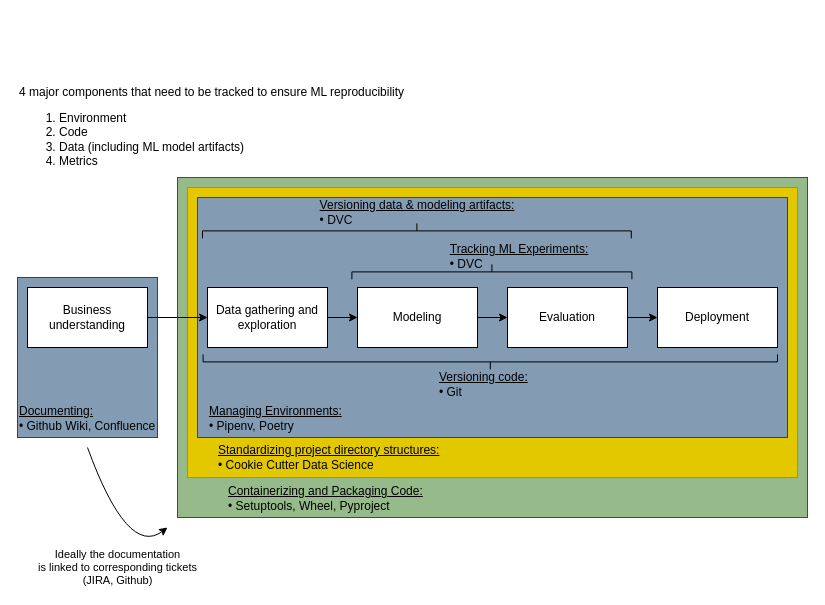
tmthyjames/ds-meetup-ml-repro keeps this draw.io diagram as references/repro.drawio. Above is the earlier version. Source tidied: cells renumbered, new cells numbered last; positions are measured from the earlier drawing's top-left corner, leaving out a move shared by most shapes. Both pictures are drawn from the tidied source at 100%, with x=0, y=0 at pixel (17, 16).
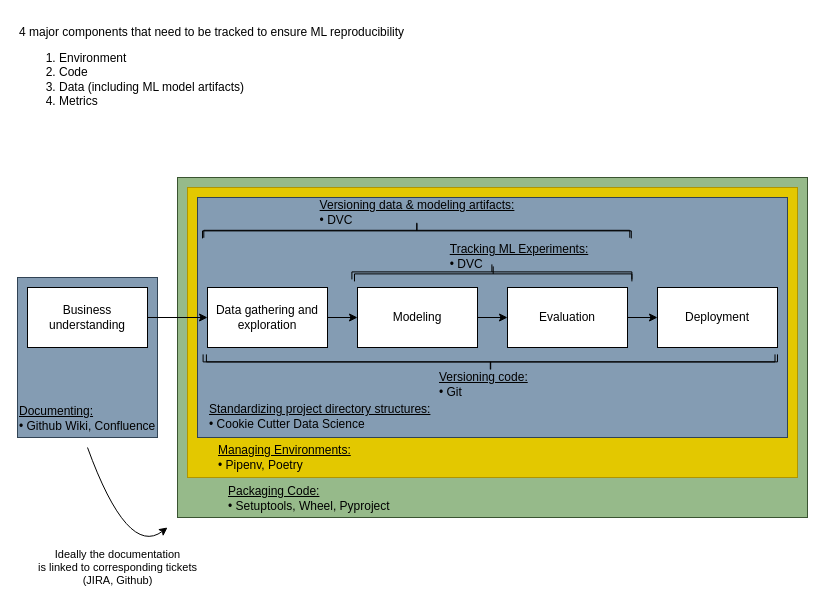
Above is the later version.

Diff of the diagram source:
```diff
@@
-    <mxCell id="16" value="&lt;div&gt;&lt;u&gt;Managing Environments:&lt;/u&gt;&lt;br&gt;&lt;span style=&quot;background-color: initial;&quot;&gt;• Pipenv,&amp;nbsp;&lt;/span&gt;&lt;span style=&quot;background-color: initial;&quot;&gt;Poetry&lt;/span&gt;&lt;/div&gt;" style="text;html=1;strokeColor=none;fillColor=none;align=left;verticalAlign=middle;whiteSpace=wrap;rounded=0;glass=0;" parent="1" vertex="1">
-      <mxGeometry x="190" y="387" width="150" height="30" as="geometry" />
+    <mxCell id="16" value="&lt;u&gt;Standardizing project directory structures:&lt;/u&gt;&lt;br&gt;• Cookie Cutter Data Science" style="text;html=1;strokeColor=none;fillColor=none;align=left;verticalAlign=middle;whiteSpace=wrap;rounded=0;glass=0;" parent="1" vertex="1">
+      <mxGeometry x="190" y="385" width="238" height="30" as="geometry" />
     </mxCell>
@@
-    <mxCell id="20" value="&lt;u&gt;Standardizing project directory structures: &lt;/u&gt;&lt;br&gt;• Cookie Cutter Data Science" style="text;html=1;strokeColor=none;fillColor=none;align=left;verticalAlign=middle;whiteSpace=wrap;rounded=0;shadow=0;glass=0;sketch=1;" parent="1" vertex="1">
+    <mxCell id="20" value="&lt;u&gt;Managing Environments:&lt;/u&gt;&lt;br&gt;• Pipenv,&amp;nbsp;Poetry" style="text;html=1;strokeColor=none;fillColor=none;align=left;verticalAlign=middle;whiteSpace=wrap;rounded=0;shadow=0;glass=0;sketch=1;" parent="1" vertex="1">
       <mxGeometry x="199" y="426" width="260" height="30" as="geometry" />
     </mxCell>
@@
     <mxCell id="24" value="4 major components that need to be tracked to ensure ML reproducibility&amp;nbsp;&lt;br&gt;&lt;ol&gt;&lt;li&gt;Environment&lt;/li&gt;&lt;li&gt;Code&lt;/li&gt;&lt;li&gt;Data (including ML model artifacts)&lt;/li&gt;&lt;li&gt;Metrics&lt;/li&gt;&lt;/ol&gt;" style="text;html=1;align=left;verticalAlign=middle;strokeColor=none;fillColor=none;" parent="1" vertex="1">
-      <mxGeometry y="61" width="410" height="110" as="geometry" />
+      <mxGeometry y="0.8" width="410" height="110" as="geometry" />
     </mxCell>
@@
-    <mxCell id="26" value="&lt;u&gt;Containerizing and Packaging Code: &lt;/u&gt;&lt;br&gt;• Setuptools, Wheel, Pyproject" style="text;html=1;strokeColor=none;fillColor=none;align=left;verticalAlign=middle;whiteSpace=wrap;rounded=0;shadow=0;glass=0;sketch=1;" parent="1" vertex="1">
+    <mxCell id="26" value="&lt;u&gt;Packaging Code:&lt;/u&gt;&lt;br&gt;• Setuptools, Wheel, Pyproject" style="text;html=1;strokeColor=none;fillColor=none;align=left;verticalAlign=middle;whiteSpace=wrap;rounded=0;shadow=0;glass=0;sketch=1;" parent="1" vertex="1">
       <mxGeometry x="209" y="467" width="260" height="30" as="geometry" />
     </mxCell>
+    <mxCell id="27" style="strokeWidth=1;html=1;shape=mxgraph.flowchart.annotation_2;align=left;labelPosition=right;rotation=90;" parent="1" vertex="1">
+      <mxGeometry x="391.8" y="0.8" width="15" height="426" as="geometry" />
+    </mxCell>
+    <mxCell id="28" style="strokeWidth=1;html=1;shape=mxgraph.flowchart.annotation_2;align=left;labelPosition=right;rotation=90;" parent="1" vertex="1">
+      <mxGeometry x="468.2" y="118.7" width="15" height="277.4" as="geometry" />
+    </mxCell>
+    <mxCell id="29" style="strokeWidth=1;html=1;shape=mxgraph.flowchart.annotation_2;align=left;labelPosition=right;rotation=-90;" parent="1" vertex="1">
+      <mxGeometry x="465.7" y="61.1" width="15" height="568.6" as="geometry" />
+    </mxCell>
```
